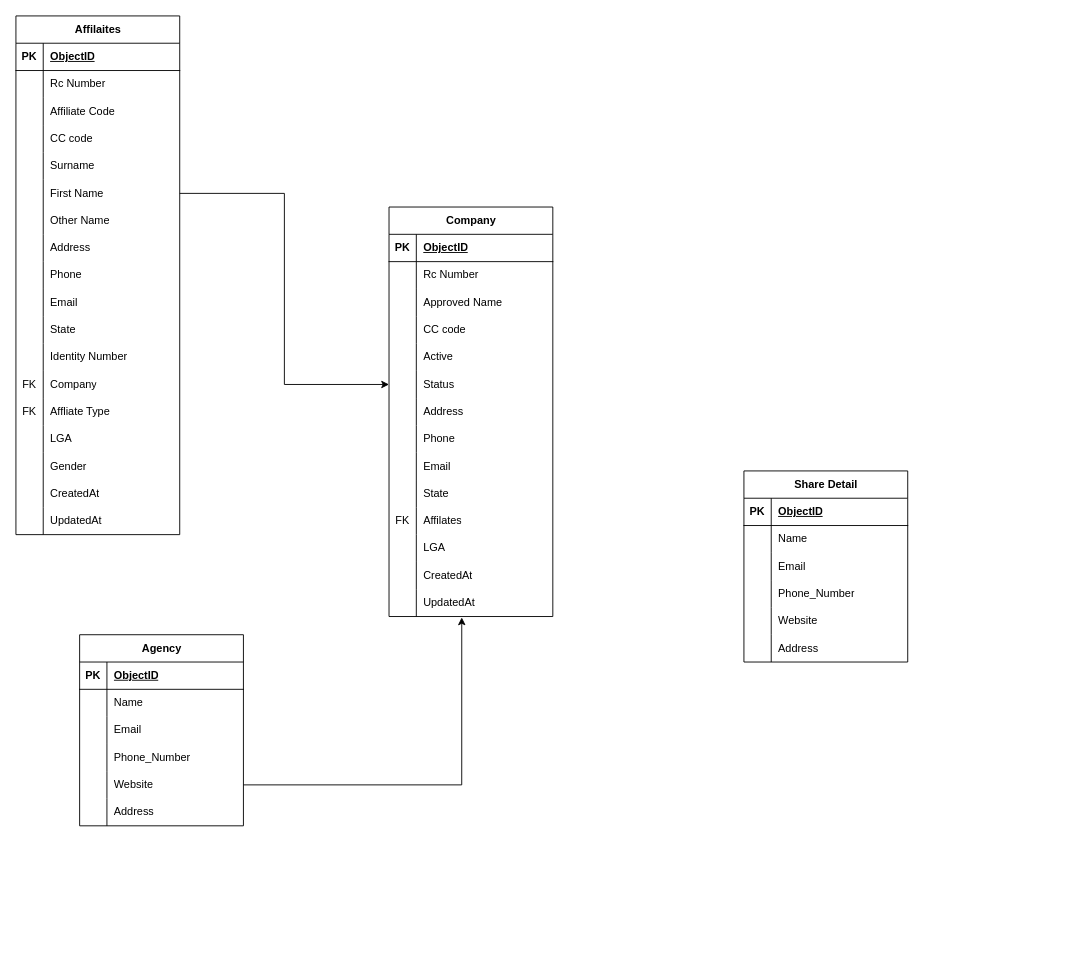
The draw.io diagram models/Untitled Diagram.drawio in ketdev-og/stackoverflow_test, before the edit. Source tidied: cells renumbered, new cells numbered last; positions are measured from the earlier drawing's top-left corner, leaving out a move shared by most shapes. Both pictures are drawn from the tidied source at 91%, with x=0, y=0 at pixel (15, 15).
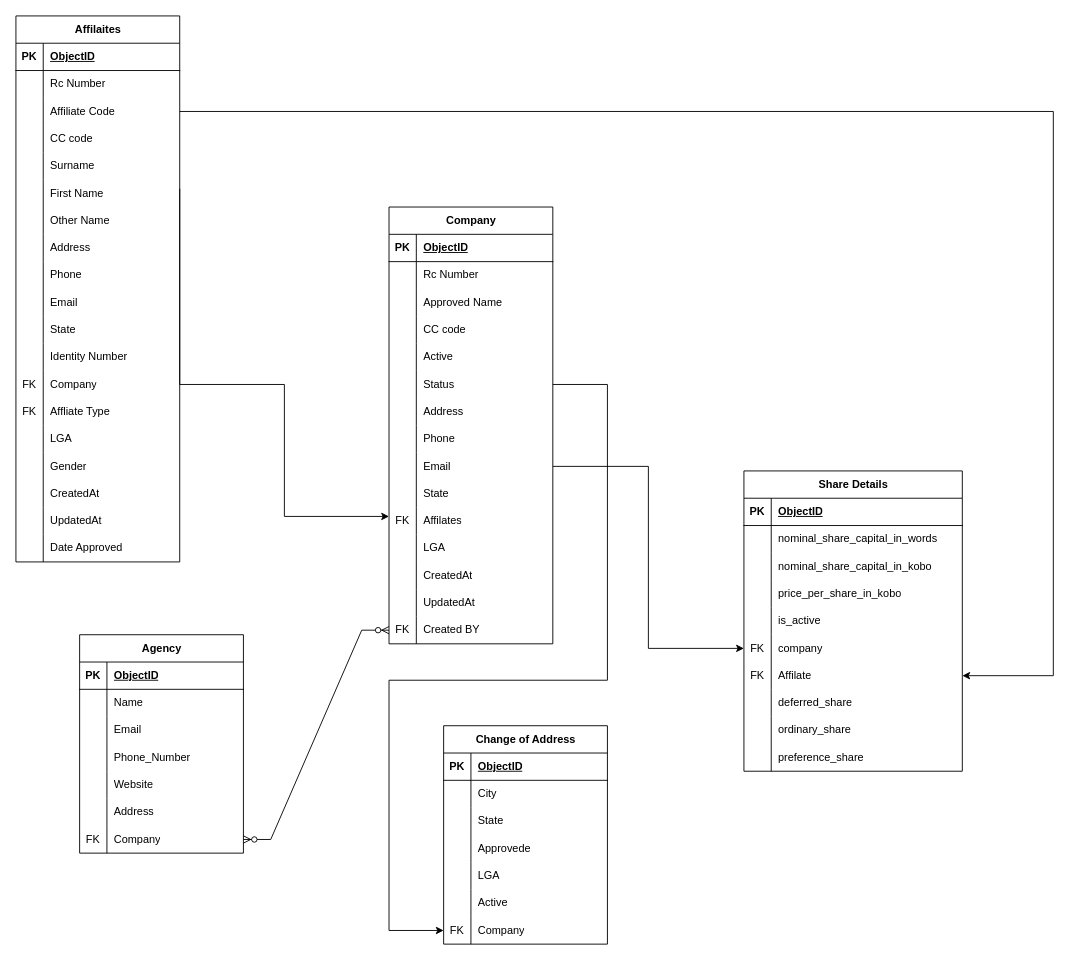
Above is the later version.

The change refers to these unchanged cells:
```xml
<mxCell id="9" style="shape=tableRow;horizontal=0;startSize=0;swimlaneHead=0;swimlaneBody=0;fillColor=none;points=[[0,0.5],[1,0.5]];portConstraint=eastwest;top=0;left=0;right=0;bottom=0;" parent="2" vertex="1">
  <mxGeometry y="90" width="180" height="30" as="geometry" />
</mxCell>
<mxCell id="18" style="shape=tableRow;horizontal=0;startSize=0;swimlaneHead=0;swimlaneBody=0;fillColor=none;points=[[0,0.5],[1,0.5]];portConstraint=eastwest;top=0;left=0;right=0;bottom=0;" parent="2" vertex="1">
  <mxGeometry y="180" width="180" height="30" as="geometry" />
</mxCell>
<mxCell id="73" style="shape=tableRow;horizontal=0;startSize=0;swimlaneHead=0;swimlaneBody=0;fillColor=none;points=[[0,0.5],[1,0.5]];portConstraint=eastwest;top=0;left=0;right=0;bottom=0;" parent="57" vertex="1">
  <mxGeometry y="180" width="180" height="30" as="geometry" />
</mxCell>
<mxCell id="82" style="shape=tableRow;horizontal=0;startSize=0;swimlaneHead=0;swimlaneBody=0;fillColor=none;points=[[0,0.5],[1,0.5]];portConstraint=eastwest;top=0;left=0;right=0;bottom=0;" parent="57" vertex="1">
  <mxGeometry y="270" width="180" height="30" as="geometry" />
</mxCell>
<mxCell id="97" style="shape=tableRow;horizontal=0;startSize=0;swimlaneHead=0;swimlaneBody=0;fillColor=none;points=[[0,0.5],[1,0.5]];portConstraint=eastwest;top=0;left=0;right=0;bottom=0;" parent="57" vertex="1">
  <mxGeometry y="420" width="180" height="30" as="geometry" />
</mxCell>
<mxCell id="114" style="shape=tableRow;horizontal=0;startSize=0;swimlaneHead=0;swimlaneBody=0;fillColor=none;points=[[0,0.5],[1,0.5]];portConstraint=eastwest;top=0;left=0;right=0;bottom=0;" parent="101" vertex="1">
  <mxGeometry y="150" width="180" height="30" as="geometry" />
</mxCell>
```

Change to the diagram source:
```diff
@@
     <mxCell id="2" value="Affilaites" style="shape=table;startSize=30;childLayout=tableLayout;rowLines=0;fontStyle=1;align=center;html=1;" parent="1" vertex="1">
-      <mxGeometry width="180" height="570" as="geometry" />
+      <mxGeometry width="180" height="600" as="geometry" />
     </mxCell>
@@
+    <mxCell id="140" style="shape=tableRow;horizontal=0;startSize=0;swimlaneHead=0;swimlaneBody=0;fillColor=none;top=0;left=0;right=0;bottom=0;" parent="2" vertex="1">
+      <mxGeometry y="570" width="180" height="30" as="geometry" />
+    </mxCell>
+    <mxCell id="141" style="shape=partialRectangle;fillColor=none;top=0;left=0;bottom=0;right=0;overflow=hidden;whiteSpace=wrap;html=1;" parent="140" vertex="1">
+      <mxGeometry width="30" height="30" as="geometry" />
+    </mxCell>
+    <mxCell id="142" value="Date Approved&lt;br&gt;" style="shape=partialRectangle;fillColor=none;top=0;left=0;bottom=0;right=0;align=left;spacingLeft=6;overflow=hidden;whiteSpace=wrap;html=1;" parent="140" vertex="1">
+      <mxGeometry x="30" width="150" height="30" as="geometry" />
+    </mxCell>
     <mxCell id="57" value="Company" style="shape=table;startSize=30;childLayout=tableLayout;rowLines=0;fontStyle=1;align=center;html=1;" parent="1" vertex="1">
-      <mxGeometry x="410" y="210" width="180" height="450" as="geometry" />
+      <mxGeometry x="410" y="210" width="180" height="480" as="geometry" />
     </mxCell>
@@
+    <mxCell id="143" style="shape=tableRow;horizontal=0;startSize=0;swimlaneHead=0;swimlaneBody=0;fillColor=none;points=[[0,0.5],[1,0.5]];portConstraint=eastwest;top=0;left=0;right=0;bottom=0;" parent="57" vertex="1">
+      <mxGeometry y="450" width="180" height="30" as="geometry" />
+    </mxCell>
+    <mxCell id="144" value="FK" style="shape=partialRectangle;fillColor=none;top=0;left=0;bottom=0;right=0;overflow=hidden;whiteSpace=wrap;html=1;" parent="143" vertex="1">
+      <mxGeometry width="30" height="30" as="geometry" />
+    </mxCell>
+    <mxCell id="145" value="Created BY" style="shape=partialRectangle;fillColor=none;top=0;left=0;bottom=0;right=0;align=left;spacingLeft=6;overflow=hidden;whiteSpace=wrap;html=1;" parent="143" vertex="1">
+      <mxGeometry x="30" width="150" height="30" as="geometry" />
+    </mxCell>
-    <mxCell id="100" style="edgeStyle=orthogonalEdgeStyle;rounded=0;jettySize=auto;html=1;exitX=1;exitY=0.5;exitDx=0;exitDy=0;entryX=0;entryY=0.5;entryDx=0;entryDy=0;" parent="1" edge="1" source="18" target="73">
-      <mxGeometry relative="1" as="geometry" />
+    <mxCell id="100" style="edgeStyle=orthogonalEdgeStyle;rounded=0;orthogonalLoop=1;jettySize=auto;html=1;exitX=1;exitY=0.5;exitDx=0;exitDy=0;entryX=0;entryY=0.5;entryDx=0;entryDy=0;" parent="1" edge="1">
+      <mxGeometry relative="1" as="geometry">
+        <mxPoint x="180" y="190" as="sourcePoint" />
+        <mxPoint x="410" y="550" as="targetPoint" />
+        <Array as="points">
+          <mxPoint x="180" y="405" />
+          <mxPoint x="295" y="405" />
+          <mxPoint x="295" y="550" />
+        </Array>
+      </mxGeometry>
     </mxCell>
     <mxCell id="101" value="Agency" style="shape=table;startSize=30;childLayout=tableLayout;rowLines=0;fontStyle=1;align=center;html=1;" parent="1" vertex="1">
-      <mxGeometry x="70" y="680" width="180" height="210" as="geometry" />
+      <mxGeometry x="70" y="680" width="180" height="240" as="geometry" />
     </mxCell>
@@
-    <mxCell id="120" style="edgeStyle=orthogonalEdgeStyle;rounded=0;jettySize=auto;html=1;exitX=1;exitY=0.5;exitDx=0;exitDy=0;entryX=0.444;entryY=1.033;entryDx=0;entryDy=0;entryPerimeter=0;" parent="1" edge="1" source="114" target="97">
-      <mxGeometry relative="1" as="geometry" />
-    </mxCell>
+    <mxCell id="146" style="shape=tableRow;horizontal=0;startSize=0;swimlaneHead=0;swimlaneBody=0;fillColor=none;points=[[0,0.5],[1,0.5]];portConstraint=eastwest;top=0;left=0;right=0;bottom=0;" parent="101" vertex="1">
+      <mxGeometry y="210" width="180" height="30" as="geometry" />
+    </mxCell>
+    <mxCell id="147" value="FK" style="shape=partialRectangle;fillColor=none;top=0;left=0;bottom=0;right=0;overflow=hidden;whiteSpace=wrap;html=1;" parent="146" vertex="1">
+      <mxGeometry width="30" height="30" as="geometry" />
+    </mxCell>
+    <mxCell id="148" value="Company" style="shape=partialRectangle;fillColor=none;top=0;left=0;bottom=0;right=0;align=left;spacingLeft=6;overflow=hidden;whiteSpace=wrap;html=1;" parent="146" vertex="1">
+      <mxGeometry x="30" width="150" height="30" as="geometry" />
+    </mxCell>
-    <mxCell id="121" value="Share Detail" style="shape=table;startSize=30;childLayout=tableLayout;rowLines=0;fontStyle=1;align=center;html=1;" parent="1" vertex="1">
-      <mxGeometry x="800" y="500" width="180" height="210" as="geometry" />
+    <mxCell id="121" value="Share Details" style="shape=table;startSize=30;childLayout=tableLayout;rowLines=0;fontStyle=1;align=center;html=1;" parent="1" vertex="1">
+      <mxGeometry x="800" y="500" width="240" height="330" as="geometry" />
     </mxCell>
     <mxCell id="122" style="shape=tableRow;horizontal=0;startSize=0;swimlaneHead=0;swimlaneBody=0;fillColor=none;top=0;left=0;right=0;bottom=1;" parent="121" vertex="1">
-      <mxGeometry y="30" width="180" height="30" as="geometry" />
+      <mxGeometry y="30" width="240" height="30" as="geometry" />
     </mxCell>
@@
     <mxCell id="124" value="ObjectID" style="shape=partialRectangle;fillColor=none;top=0;left=0;bottom=0;right=0;align=left;spacingLeft=6;fontStyle=5;overflow=hidden;whiteSpace=wrap;html=1;" parent="122" vertex="1">
-      <mxGeometry x="30" width="150" height="30" as="geometry" />
+      <mxGeometry x="30" width="210" height="30" as="geometry" />
     </mxCell>
     <mxCell id="125" style="shape=tableRow;horizontal=0;startSize=0;swimlaneHead=0;swimlaneBody=0;fillColor=none;top=0;left=0;right=0;bottom=0;" parent="121" vertex="1">
-      <mxGeometry y="60" width="180" height="30" as="geometry" />
+      <mxGeometry y="60" width="240" height="30" as="geometry" />
     </mxCell>
@@
-    <mxCell id="127" value="Name" style="shape=partialRectangle;fillColor=none;top=0;left=0;bottom=0;right=0;align=left;spacingLeft=6;overflow=hidden;whiteSpace=wrap;html=1;" parent="125" vertex="1">
-      <mxGeometry x="30" width="150" height="30" as="geometry" />
+    <mxCell id="127" value="nominal_share_capital_in_words" style="shape=partialRectangle;fillColor=none;top=0;left=0;bottom=0;right=0;align=left;spacingLeft=6;overflow=hidden;whiteSpace=wrap;html=1;" parent="125" vertex="1">
+      <mxGeometry x="30" width="210" height="30" as="geometry" />
     </mxCell>
     <mxCell id="128" style="shape=tableRow;horizontal=0;startSize=0;swimlaneHead=0;swimlaneBody=0;fillColor=none;top=0;left=0;right=0;bottom=0;" parent="121" vertex="1">
-      <mxGeometry y="90" width="180" height="30" as="geometry" />
+      <mxGeometry y="90" width="240" height="30" as="geometry" />
     </mxCell>
@@
-    <mxCell id="130" value="Email" style="shape=partialRectangle;fillColor=none;top=0;left=0;bottom=0;right=0;align=left;spacingLeft=6;overflow=hidden;whiteSpace=wrap;html=1;" parent="128" vertex="1">
-      <mxGeometry x="30" width="150" height="30" as="geometry" />
+    <mxCell id="130" value="nominal_share_capital_in_kobo" style="shape=partialRectangle;fillColor=none;top=0;left=0;bottom=0;right=0;align=left;spacingLeft=6;overflow=hidden;whiteSpace=wrap;html=1;" parent="128" vertex="1">
+      <mxGeometry x="30" width="210" height="30" as="geometry" />
     </mxCell>
     <mxCell id="131" style="shape=tableRow;horizontal=0;startSize=0;swimlaneHead=0;swimlaneBody=0;fillColor=none;top=0;left=0;right=0;bottom=0;" parent="121" vertex="1">
-      <mxGeometry y="120" width="180" height="30" as="geometry" />
+      <mxGeometry y="120" width="240" height="30" as="geometry" />
     </mxCell>
@@
-    <mxCell id="133" value="Phone_Number" style="shape=partialRectangle;fillColor=none;top=0;left=0;bottom=0;right=0;align=left;spacingLeft=6;overflow=hidden;whiteSpace=wrap;html=1;" parent="131" vertex="1">
-      <mxGeometry x="30" width="150" height="30" as="geometry" />
+    <mxCell id="133" value="price_per_share_in_kobo" style="shape=partialRectangle;fillColor=none;top=0;left=0;bottom=0;right=0;align=left;spacingLeft=6;overflow=hidden;whiteSpace=wrap;html=1;" parent="131" vertex="1">
+      <mxGeometry x="30" width="210" height="30" as="geometry" />
     </mxCell>
     <mxCell id="134" style="shape=tableRow;horizontal=0;startSize=0;swimlaneHead=0;swimlaneBody=0;fillColor=none;top=0;left=0;right=0;bottom=0;" parent="121" vertex="1">
-      <mxGeometry y="150" width="180" height="30" as="geometry" />
+      <mxGeometry y="150" width="240" height="30" as="geometry" />
     </mxCell>
@@
-    <mxCell id="136" value="Website" style="shape=partialRectangle;fillColor=none;top=0;left=0;bottom=0;right=0;align=left;spacingLeft=6;overflow=hidden;whiteSpace=wrap;html=1;" parent="134" vertex="1">
-      <mxGeometry x="30" width="150" height="30" as="geometry" />
+    <mxCell id="136" value="is_active" style="shape=partialRectangle;fillColor=none;top=0;left=0;bottom=0;right=0;align=left;spacingLeft=6;overflow=hidden;whiteSpace=wrap;html=1;" parent="134" vertex="1">
+      <mxGeometry x="30" width="210" height="30" as="geometry" />
     </mxCell>
     <mxCell id="137" style="shape=tableRow;horizontal=0;startSize=0;swimlaneHead=0;swimlaneBody=0;fillColor=none;points=[[0,0.5],[1,0.5]];portConstraint=eastwest;top=0;left=0;right=0;bottom=0;" parent="121" vertex="1">
-      <mxGeometry y="180" width="180" height="30" as="geometry" />
+      <mxGeometry y="180" width="240" height="30" as="geometry" />
     </mxCell>
-    <mxCell id="138" style="shape=partialRectangle;fillColor=none;top=0;left=0;bottom=0;right=0;overflow=hidden;whiteSpace=wrap;html=1;" parent="137" vertex="1">
+    <mxCell id="138" value="FK" style="shape=partialRectangle;fillColor=none;top=0;left=0;bottom=0;right=0;overflow=hidden;whiteSpace=wrap;html=1;" parent="137" vertex="1">
       <mxGeometry width="30" height="30" as="geometry" />
     </mxCell>
-    <mxCell id="139" value="Address" style="shape=partialRectangle;fillColor=none;top=0;left=0;bottom=0;right=0;align=left;spacingLeft=6;overflow=hidden;whiteSpace=wrap;html=1;" parent="137" vertex="1">
-      <mxGeometry x="30" width="150" height="30" as="geometry" />
+    <mxCell id="139" value="company" style="shape=partialRectangle;fillColor=none;top=0;left=0;bottom=0;right=0;align=left;spacingLeft=6;overflow=hidden;whiteSpace=wrap;html=1;" parent="137" vertex="1">
+      <mxGeometry x="30" width="210" height="30" as="geometry" />
     </mxCell>
+    <mxCell id="149" style="shape=tableRow;horizontal=0;startSize=0;swimlaneHead=0;swimlaneBody=0;fillColor=none;points=[[0,0.5],[1,0.5]];portConstraint=eastwest;top=0;left=0;right=0;bottom=0;" parent="121" vertex="1">
+      <mxGeometry y="210" width="240" height="30" as="geometry" />
+    </mxCell>
+    <mxCell id="150" value="FK" style="shape=partialRectangle;fillColor=none;top=0;left=0;bottom=0;right=0;overflow=hidden;whiteSpace=wrap;html=1;" parent="149" vertex="1">
+      <mxGeometry width="30" height="30" as="geometry" />
+    </mxCell>
+    <mxCell id="151" value="Affilate" style="shape=partialRectangle;fillColor=none;top=0;left=0;bottom=0;right=0;align=left;spacingLeft=6;overflow=hidden;whiteSpace=wrap;html=1;" parent="149" vertex="1">
+      <mxGeometry x="30" width="210" height="30" as="geometry" />
+    </mxCell>
+    <mxCell id="152" style="shape=tableRow;horizontal=0;startSize=0;swimlaneHead=0;swimlaneBody=0;fillColor=none;top=0;left=0;right=0;bottom=0;" parent="121" vertex="1">
+      <mxGeometry y="240" width="240" height="30" as="geometry" />
+    </mxCell>
+    <mxCell id="153" style="shape=partialRectangle;fillColor=none;top=0;left=0;bottom=0;right=0;overflow=hidden;whiteSpace=wrap;html=1;" parent="152" vertex="1">
+      <mxGeometry width="30" height="30" as="geometry" />
+    </mxCell>
+    <mxCell id="154" value="deferred_share" style="shape=partialRectangle;fillColor=none;top=0;left=0;bottom=0;right=0;align=left;spacingLeft=6;overflow=hidden;whiteSpace=wrap;html=1;" parent="152" vertex="1">
+      <mxGeometry x="30" width="210" height="30" as="geometry" />
+    </mxCell>
+    <mxCell id="155" style="shape=tableRow;horizontal=0;startSize=0;swimlaneHead=0;swimlaneBody=0;fillColor=none;top=0;left=0;right=0;bottom=0;" parent="121" vertex="1">
+      <mxGeometry y="270" width="240" height="30" as="geometry" />
+    </mxCell>
+    <mxCell id="156" style="shape=partialRectangle;fillColor=none;top=0;left=0;bottom=0;right=0;overflow=hidden;whiteSpace=wrap;html=1;" parent="155" vertex="1">
+      <mxGeometry width="30" height="30" as="geometry" />
+    </mxCell>
+    <mxCell id="157" value="ordinary_share" style="shape=partialRectangle;fillColor=none;top=0;left=0;bottom=0;right=0;align=left;spacingLeft=6;overflow=hidden;whiteSpace=wrap;html=1;" parent="155" vertex="1">
+      <mxGeometry x="30" width="210" height="30" as="geometry" />
+    </mxCell>
+    <mxCell id="158" style="shape=tableRow;horizontal=0;startSize=0;swimlaneHead=0;swimlaneBody=0;fillColor=none;top=0;left=0;right=0;bottom=0;" parent="121" vertex="1">
+      <mxGeometry y="300" width="240" height="30" as="geometry" />
+    </mxCell>
+    <mxCell id="159" style="shape=partialRectangle;fillColor=none;top=0;left=0;bottom=0;right=0;overflow=hidden;whiteSpace=wrap;html=1;" parent="158" vertex="1">
+      <mxGeometry width="30" height="30" as="geometry" />
+    </mxCell>
+    <mxCell id="160" value="preference_share" style="shape=partialRectangle;fillColor=none;top=0;left=0;bottom=0;right=0;align=left;spacingLeft=6;overflow=hidden;whiteSpace=wrap;html=1;" parent="158" vertex="1">
+      <mxGeometry x="30" width="210" height="30" as="geometry" />
+    </mxCell>
+    <mxCell id="161" style="edgeStyle=orthogonalEdgeStyle;rounded=0;jettySize=auto;html=1;exitX=1;exitY=0.5;exitDx=0;exitDy=0;entryX=1;entryY=0.5;entryDx=0;entryDy=0;" parent="1" edge="1" source="9" target="149">
+      <mxGeometry relative="1" as="geometry">
+        <Array as="points">
+          <mxPoint x="1140" y="105" />
+          <mxPoint x="1140" y="725" />
+        </Array>
+      </mxGeometry>
+    </mxCell>
+    <mxCell id="162" style="edgeStyle=orthogonalEdgeStyle;rounded=0;jettySize=auto;html=1;exitX=1;exitY=0.5;exitDx=0;exitDy=0;entryX=0;entryY=0.5;entryDx=0;entryDy=0;" parent="1" edge="1" source="82" target="137">
+      <mxGeometry relative="1" as="geometry" />
+    </mxCell>
+    <mxCell id="163" value="Change of Address" style="shape=table;startSize=30;childLayout=tableLayout;rowLines=0;fontStyle=1;align=center;html=1;" parent="1" vertex="1">
+      <mxGeometry x="470" y="780" width="180" height="240" as="geometry" />
+    </mxCell>
+    <mxCell id="164" style="shape=tableRow;horizontal=0;startSize=0;swimlaneHead=0;swimlaneBody=0;fillColor=none;top=0;left=0;right=0;bottom=1;" parent="163" vertex="1">
+      <mxGeometry y="30" width="180" height="30" as="geometry" />
+    </mxCell>
+    <mxCell id="165" value="PK" style="shape=partialRectangle;fillColor=none;top=0;left=0;bottom=0;right=0;fontStyle=1;overflow=hidden;whiteSpace=wrap;html=1;" parent="164" vertex="1">
+      <mxGeometry width="30" height="30" as="geometry" />
+    </mxCell>
+    <mxCell id="166" value="ObjectID" style="shape=partialRectangle;fillColor=none;top=0;left=0;bottom=0;right=0;align=left;spacingLeft=6;fontStyle=5;overflow=hidden;whiteSpace=wrap;html=1;" parent="164" vertex="1">
+      <mxGeometry x="30" width="150" height="30" as="geometry" />
+    </mxCell>
+    <mxCell id="167" style="shape=tableRow;horizontal=0;startSize=0;swimlaneHead=0;swimlaneBody=0;fillColor=none;top=0;left=0;right=0;bottom=0;" parent="163" vertex="1">
+      <mxGeometry y="60" width="180" height="30" as="geometry" />
+    </mxCell>
+    <mxCell id="168" style="shape=partialRectangle;fillColor=none;top=0;left=0;bottom=0;right=0;overflow=hidden;whiteSpace=wrap;html=1;" parent="167" vertex="1">
+      <mxGeometry width="30" height="30" as="geometry" />
+    </mxCell>
+    <mxCell id="169" value="City" style="shape=partialRectangle;fillColor=none;top=0;left=0;bottom=0;right=0;align=left;spacingLeft=6;overflow=hidden;whiteSpace=wrap;html=1;" parent="167" vertex="1">
+      <mxGeometry x="30" width="150" height="30" as="geometry" />
+    </mxCell>
+    <mxCell id="170" style="shape=tableRow;horizontal=0;startSize=0;swimlaneHead=0;swimlaneBody=0;fillColor=none;top=0;left=0;right=0;bottom=0;" parent="163" vertex="1">
+      <mxGeometry y="90" width="180" height="30" as="geometry" />
+    </mxCell>
+    <mxCell id="171" style="shape=partialRectangle;fillColor=none;top=0;left=0;bottom=0;right=0;overflow=hidden;whiteSpace=wrap;html=1;" parent="170" vertex="1">
+      <mxGeometry width="30" height="30" as="geometry" />
+    </mxCell>
+    <mxCell id="172" value="State" style="shape=partialRectangle;fillColor=none;top=0;left=0;bottom=0;right=0;align=left;spacingLeft=6;overflow=hidden;whiteSpace=wrap;html=1;" parent="170" vertex="1">
+      <mxGeometry x="30" width="150" height="30" as="geometry" />
+    </mxCell>
+    <mxCell id="173" style="shape=tableRow;horizontal=0;startSize=0;swimlaneHead=0;swimlaneBody=0;fillColor=none;top=0;left=0;right=0;bottom=0;" parent="163" vertex="1">
+      <mxGeometry y="120" width="180" height="30" as="geometry" />
+    </mxCell>
+    <mxCell id="174" style="shape=partialRectangle;fillColor=none;top=0;left=0;bottom=0;right=0;overflow=hidden;whiteSpace=wrap;html=1;" parent="173" vertex="1">
+      <mxGeometry width="30" height="30" as="geometry" />
+    </mxCell>
+    <mxCell id="175" value="Approvede" style="shape=partialRectangle;fillColor=none;top=0;left=0;bottom=0;right=0;align=left;spacingLeft=6;overflow=hidden;whiteSpace=wrap;html=1;" parent="173" vertex="1">
+      <mxGeometry x="30" width="150" height="30" as="geometry" />
+    </mxCell>
+    <mxCell id="176" style="shape=tableRow;horizontal=0;startSize=0;swimlaneHead=0;swimlaneBody=0;fillColor=none;top=0;left=0;right=0;bottom=0;" parent="163" vertex="1">
+      <mxGeometry y="150" width="180" height="30" as="geometry" />
+    </mxCell>
+    <mxCell id="177" style="shape=partialRectangle;fillColor=none;top=0;left=0;bottom=0;right=0;overflow=hidden;whiteSpace=wrap;html=1;" parent="176" vertex="1">
+      <mxGeometry width="30" height="30" as="geometry" />
+    </mxCell>
+    <mxCell id="178" value="LGA" style="shape=partialRectangle;fillColor=none;top=0;left=0;bottom=0;right=0;align=left;spacingLeft=6;overflow=hidden;whiteSpace=wrap;html=1;" parent="176" vertex="1">
+      <mxGeometry x="30" width="150" height="30" as="geometry" />
+    </mxCell>
+    <mxCell id="179" style="shape=tableRow;horizontal=0;startSize=0;swimlaneHead=0;swimlaneBody=0;fillColor=none;top=0;left=0;right=0;bottom=0;" parent="163" vertex="1">
+      <mxGeometry y="180" width="180" height="30" as="geometry" />
+    </mxCell>
+    <mxCell id="180" style="shape=partialRectangle;fillColor=none;top=0;left=0;bottom=0;right=0;overflow=hidden;whiteSpace=wrap;html=1;" parent="179" vertex="1">
+      <mxGeometry width="30" height="30" as="geometry" />
+    </mxCell>
+    <mxCell id="181" value="Active" style="shape=partialRectangle;fillColor=none;top=0;left=0;bottom=0;right=0;align=left;spacingLeft=6;overflow=hidden;whiteSpace=wrap;html=1;" parent="179" vertex="1">
+      <mxGeometry x="30" width="150" height="30" as="geometry" />
+    </mxCell>
+    <mxCell id="182" style="shape=tableRow;horizontal=0;startSize=0;swimlaneHead=0;swimlaneBody=0;fillColor=none;points=[[0,0.5],[1,0.5]];portConstraint=eastwest;top=0;left=0;right=0;bottom=0;" parent="163" vertex="1">
+      <mxGeometry y="210" width="180" height="30" as="geometry" />
+    </mxCell>
+    <mxCell id="183" value="FK" style="shape=partialRectangle;fillColor=none;top=0;left=0;bottom=0;right=0;overflow=hidden;whiteSpace=wrap;html=1;" parent="182" vertex="1">
+      <mxGeometry width="30" height="30" as="geometry" />
+    </mxCell>
+    <mxCell id="184" value="Company" style="shape=partialRectangle;fillColor=none;top=0;left=0;bottom=0;right=0;align=left;spacingLeft=6;overflow=hidden;whiteSpace=wrap;html=1;" parent="182" vertex="1">
+      <mxGeometry x="30" width="150" height="30" as="geometry" />
+    </mxCell>
+    <mxCell id="185" style="edgeStyle=orthogonalEdgeStyle;rounded=0;jettySize=auto;html=1;exitX=1;exitY=0.5;exitDx=0;exitDy=0;entryX=0;entryY=0.5;entryDx=0;entryDy=0;" parent="1" edge="1" source="73" target="182">
+      <mxGeometry relative="1" as="geometry">
+        <Array as="points">
+          <mxPoint x="650" y="405" />
+          <mxPoint x="650" y="730" />
+          <mxPoint x="410" y="730" />
+          <mxPoint x="410" y="1005" />
+        </Array>
+      </mxGeometry>
+    </mxCell>
+    <mxCell id="186" style="edgeStyle=entityRelationEdgeStyle;fontSize=12;html=1;endArrow=ERzeroToMany;endFill=1;startArrow=ERzeroToMany;rounded=0;entryX=0;entryY=0.5;entryDx=0;entryDy=0;exitX=1;exitY=0.5;exitDx=0;exitDy=0;" parent="1" edge="1" source="146" target="143">
+      <mxGeometry relative="1" as="geometry">
+        <Array as="points">
+          <mxPoint x="260" y="890" />
+          <mxPoint x="360" y="800" />
+          <mxPoint x="340" y="680" />
+          <mxPoint x="360" y="680" />
+        </Array>
+      </mxGeometry>
+    </mxCell>
```
